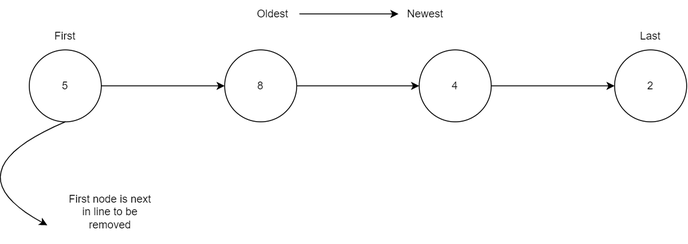
The draw.io diagram queue.png in vinhpeters/dsa-A-hw-vinh, before a commit. Source tidied: cells renumbered, new cells last; positions are measured from the earlier drawing's top-left corner, leaving out a move shared by most shapes.
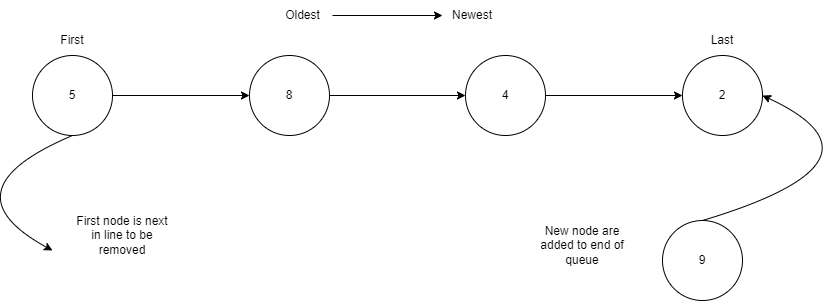
Later version of the same file.

Diff of the diagram source:
```diff
@@ -52,5 +52,18 @@
     <mxCell id="16" value="First node is next in line to be removed" style="text;html=1;strokeColor=none;fillColor=none;align=center;verticalAlign=middle;whiteSpace=wrap;rounded=0;" parent="1" vertex="1">
       <mxGeometry x="130" y="200" width="100" height="70" as="geometry" />
     </mxCell>
+    <mxCell id="17" value="9" style="ellipse;whiteSpace=wrap;html=1;" parent="1" vertex="1">
+      <mxGeometry x="720" y="220" width="80" height="80" as="geometry" />
+    </mxCell>
+    <mxCell id="18" style="curved=1;endArrow=classic;html=1;rounded=0;exitX=0.5;exitY=0;exitDx=0;exitDy=0;entryX=1;entryY=0.5;entryDx=0;entryDy=0;" parent="1" edge="1" source="17" target="8">
+      <mxGeometry relative="1" as="geometry">
+        <Array as="points">
+          <mxPoint x="960" y="160" />
+        </Array>
+      </mxGeometry>
+    </mxCell>
+    <mxCell id="19" value="New node are added to end of queue" style="text;html=1;strokeColor=none;fillColor=none;align=center;verticalAlign=middle;whiteSpace=wrap;rounded=0;" parent="1" vertex="1">
+      <mxGeometry x="590" y="210" width="100" height="70" as="geometry" />
+    </mxCell>
   </root>
 </mxGraphModel>
```
